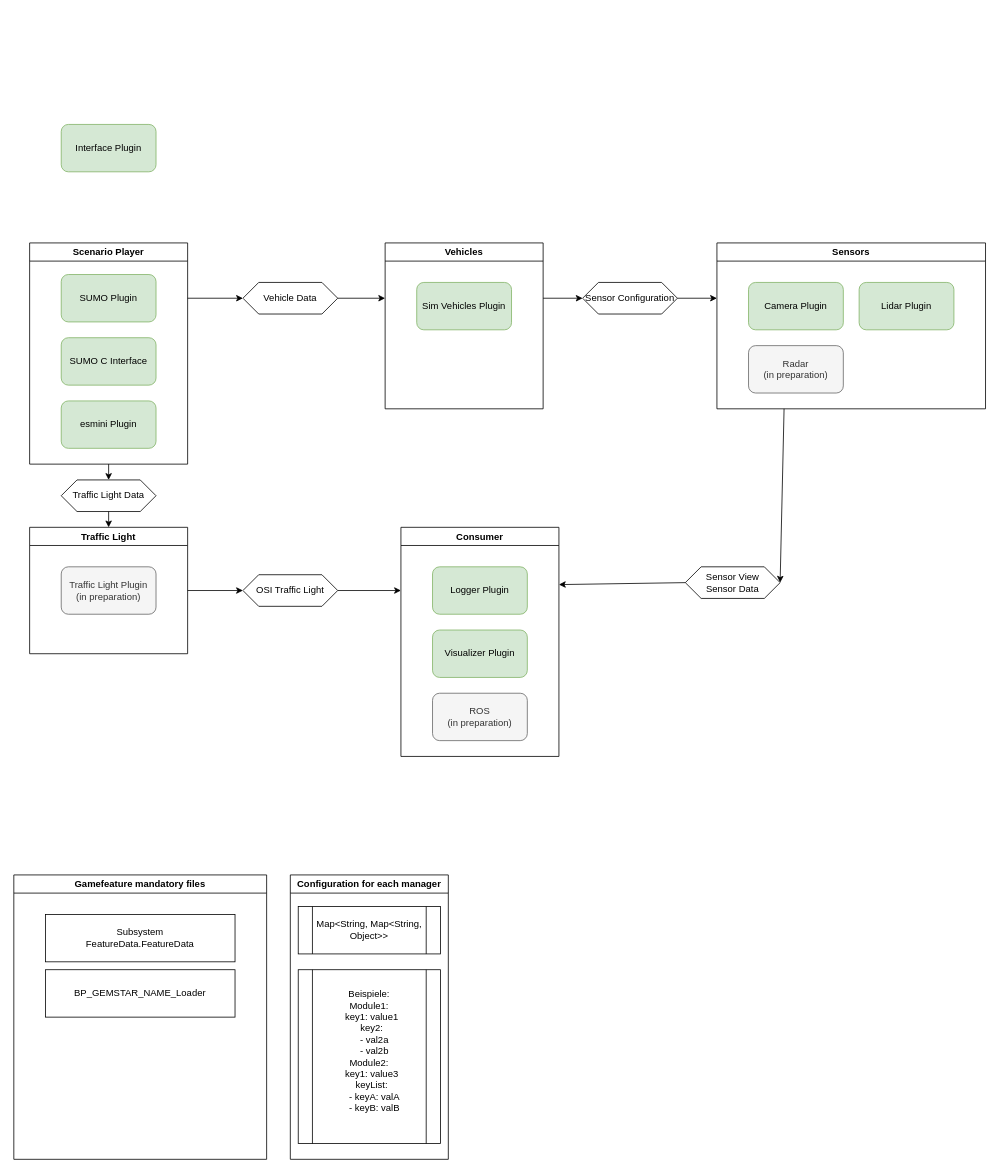
DLR-TS/gemstar keeps this draw.io diagram as GEMSTAR_Architecture.drawio. Above is the earlier version. Source tidied: cells renumbered, new cells numbered last; positions are measured from the earlier drawing's top-left corner, leaving out a move shared by most shapes. Both pictures are drawn from the tidied source at 79%, with x=0, y=0 at pixel (13, 124).
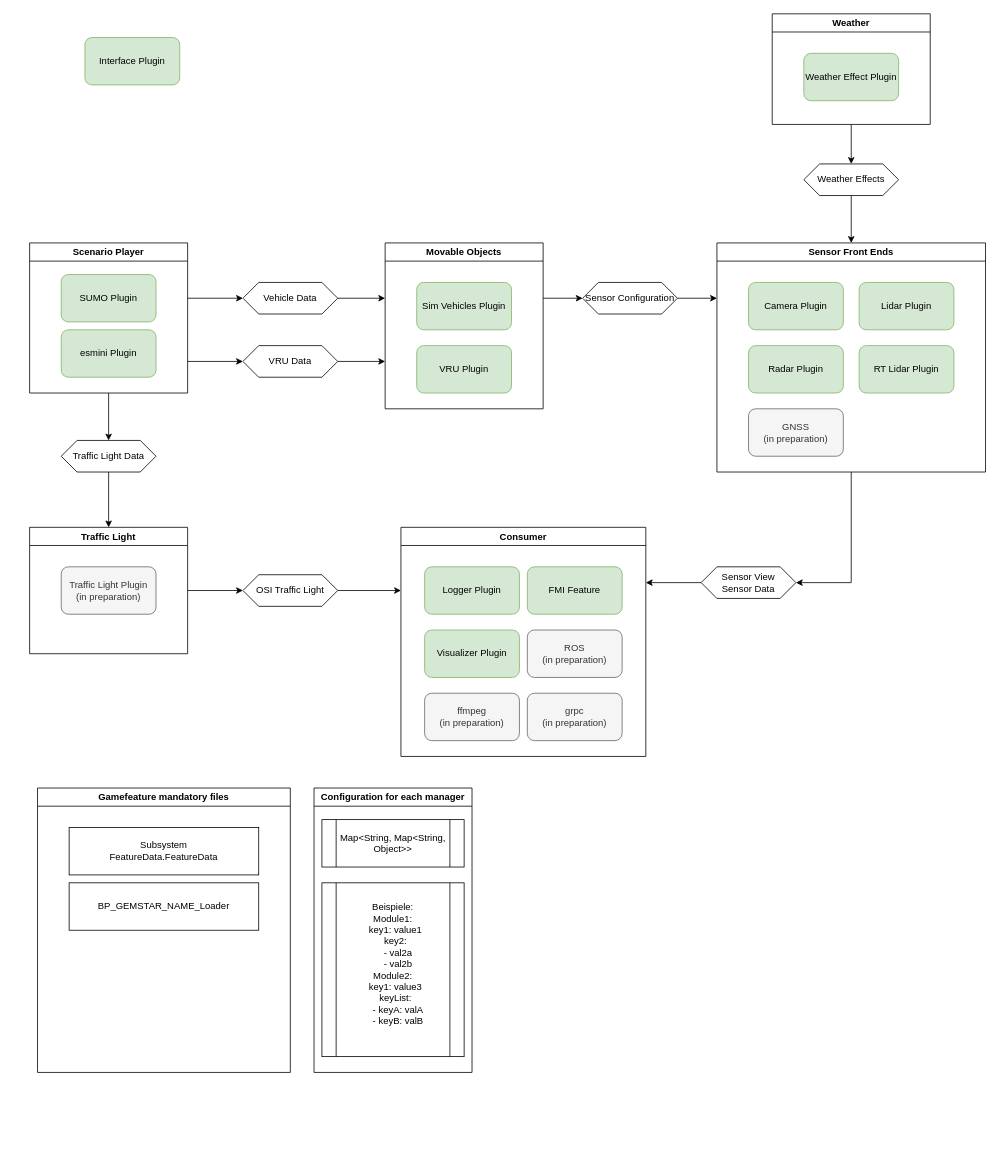
Above is the later version.

The change refers to these unchanged cells:
```xml
<mxCell id="6" value="Vehicle Data" style="shape=hexagon;perimeter=hexagonPerimeter2;whiteSpace=wrap;html=1;fixedSize=1;" parent="1" vertex="1">
  <mxGeometry x="290" y="200" width="120" height="40" as="geometry" />
</mxCell>
```

Change to the diagram source:
```diff
@@
     <mxCell id="2" value="Scenario Player" style="swimlane;whiteSpace=wrap;html=1;" parent="1" vertex="1">
-      <mxGeometry x="20" y="150" width="200" height="280" as="geometry" />
+      <mxGeometry x="20" y="150" width="200" height="190" as="geometry" />
     </mxCell>
@@
     <mxCell id="4" value="esmini Plugin" style="rounded=1;whiteSpace=wrap;html=1;fillColor=#d5e8d4;strokeColor=#82b366;" parent="2" vertex="1">
-      <mxGeometry x="40" y="200" width="120" height="60" as="geometry" />
+      <mxGeometry x="40" y="110" width="120" height="60" as="geometry" />
     </mxCell>
-    <mxCell id="5" value="SUMO C Interface" style="rounded=1;whiteSpace=wrap;html=1;fillColor=#d5e8d4;strokeColor=#82b366;" parent="2" vertex="1">
-      <mxGeometry x="40" y="120" width="120" height="60" as="geometry" />
-    </mxCell>
@@
-    <mxCell id="7" value="Vehicles" style="swimlane;whiteSpace=wrap;html=1;" parent="1" vertex="1">
+    <mxCell id="7" value="Movable Objects" style="swimlane;whiteSpace=wrap;html=1;" parent="1" vertex="1">
       <mxGeometry x="470" y="150" width="200" height="210" as="geometry" />
     </mxCell>
@@
+    <mxCell id="40" value="VRU Plugin" style="rounded=1;whiteSpace=wrap;html=1;fillColor=#d5e8d4;strokeColor=#82b366;" parent="7" vertex="1">
+      <mxGeometry x="40" y="130" width="120" height="60" as="geometry" />
+    </mxCell>
@@
     <mxCell id="11" value="Traffic Light Data" style="shape=hexagon;perimeter=hexagonPerimeter2;whiteSpace=wrap;html=1;fixedSize=1;" parent="1" vertex="1">
-      <mxGeometry x="60" y="450" width="120" height="40" as="geometry" />
+      <mxGeometry x="60" y="400" width="120" height="40" as="geometry" />
     </mxCell>
     <mxCell id="12" value="Interface Plugin" style="rounded=1;whiteSpace=wrap;html=1;fillColor=#d5e8d4;strokeColor=#82b366;" parent="1" vertex="1">
-      <mxGeometry x="60" width="120" height="60" as="geometry" />
+      <mxGeometry x="90" y="-110" width="120" height="60" as="geometry" />
     </mxCell>
-    <mxCell id="13" value="Sensors" style="swimlane;whiteSpace=wrap;html=1;" parent="1" vertex="1">
-      <mxGeometry x="890" y="150" width="340" height="210" as="geometry" />
+    <mxCell id="13" value="Sensor Front Ends" style="swimlane;whiteSpace=wrap;html=1;startSize=23;" parent="1" vertex="1">
+      <mxGeometry x="890" y="150" width="340" height="290" as="geometry" />
     </mxCell>
@@
-    <mxCell id="16" value="Radar&lt;div&gt;(in preparation)&lt;/div&gt;" style="rounded=1;whiteSpace=wrap;html=1;fillColor=#f5f5f5;strokeColor=#666666;fontColor=#333333;" parent="13" vertex="1">
+    <mxCell id="16" value="Radar Plugin" style="rounded=1;whiteSpace=wrap;html=1;fillColor=#d5e8d4;strokeColor=#82b366;" parent="13" vertex="1">
       <mxGeometry x="40" y="130" width="120" height="60" as="geometry" />
     </mxCell>
+    <mxCell id="41" value="RT Lidar Plugin" style="rounded=1;whiteSpace=wrap;html=1;fillColor=#d5e8d4;strokeColor=#82b366;" parent="13" vertex="1">
+      <mxGeometry x="180" y="130" width="120" height="60" as="geometry" />
+    </mxCell>
+    <mxCell id="42" value="GNSS&lt;br&gt;&lt;div&gt;(in preparation)&lt;/div&gt;" style="rounded=1;whiteSpace=wrap;html=1;fillColor=#f5f5f5;strokeColor=#666666;fontColor=#333333;" parent="13" vertex="1">
+      <mxGeometry x="40" y="210" width="120" height="60" as="geometry" />
+    </mxCell>
@@
     <mxCell id="18" value="&lt;div&gt;Sensor View&lt;/div&gt;Sensor Data" style="shape=hexagon;perimeter=hexagonPerimeter2;whiteSpace=wrap;html=1;fixedSize=1;" parent="1" vertex="1">
-      <mxGeometry x="850" y="560" width="120" height="40" as="geometry" />
+      <mxGeometry x="870" y="560" width="120" height="40" as="geometry" />
     </mxCell>
@@
-    <mxCell id="21" style="endArrow=classic;html=1;rounded=0;entryX=1;entryY=0.5;entryDx=0;entryDy=0;exitX=0.25;exitY=1;exitDx=0;exitDy=0;" parent="1" edge="1" source="13" target="18">
+    <mxCell id="21" style="endArrow=classic;html=1;rounded=0;entryX=1;entryY=0.5;entryDx=0;entryDy=0;exitX=0.5;exitY=1;exitDx=0;exitDy=0;edgeStyle=orthogonalEdgeStyle;" parent="1" edge="1" source="13" target="18">
       <mxGeometry relative="1" as="geometry" />
     </mxCell>
-    <mxCell id="22" style="endArrow=classic;html=1;rounded=0;exitX=0;exitY=0.5;exitDx=0;exitDy=0;entryX=1;entryY=0.25;entryDx=0;entryDy=0;" parent="1" edge="1" source="18" target="27">
-      <mxGeometry relative="1" as="geometry" />
+    <mxCell id="22" style="endArrow=classic;html=1;rounded=0;exitX=0;exitY=0.5;exitDx=0;exitDy=0;" parent="1" edge="1" source="18">
+      <mxGeometry relative="1" as="geometry">
+        <mxPoint x="800" y="580" as="targetPoint" />
+      </mxGeometry>
     </mxCell>
-    <mxCell id="23" style="endArrow=classic;html=1;rounded=0;entryX=0;entryY=0.5;entryDx=0;entryDy=0;exitX=1;exitY=0.25;exitDx=0;exitDy=0;" parent="1" edge="1" source="2" target="6">
-      <mxGeometry relative="1" as="geometry" />
+    <mxCell id="23" style="endArrow=classic;html=1;rounded=0;entryX=0;entryY=0.5;entryDx=0;entryDy=0;" parent="1" edge="1" target="6">
+      <mxGeometry relative="1" as="geometry">
+        <mxPoint x="220" y="220" as="sourcePoint" />
+      </mxGeometry>
     </mxCell>
@@
     <mxCell id="27" value="Consumer" style="swimlane;whiteSpace=wrap;html=1;startSize=23;" parent="1" vertex="1">
-      <mxGeometry x="490" y="510" width="200" height="290" as="geometry" />
+      <mxGeometry x="490" y="510" width="310" height="290" as="geometry" />
     </mxCell>
     <mxCell id="28" value="Logger Plugin" style="rounded=1;whiteSpace=wrap;html=1;fillColor=#d5e8d4;strokeColor=#82b366;" parent="27" vertex="1">
-      <mxGeometry x="40" y="50" width="120" height="60" as="geometry" />
+      <mxGeometry x="30" y="50" width="120" height="60" as="geometry" />
     </mxCell>
     <mxCell id="29" value="Visualizer Plugin" style="rounded=1;whiteSpace=wrap;html=1;fillColor=#d5e8d4;strokeColor=#82b366;" parent="27" vertex="1">
-      <mxGeometry x="40" y="130" width="120" height="60" as="geometry" />
+      <mxGeometry x="30" y="130" width="120" height="60" as="geometry" />
     </mxCell>
     <mxCell id="30" value="ROS&lt;div&gt;(in preparation)&lt;/div&gt;" style="rounded=1;whiteSpace=wrap;html=1;fillColor=#f5f5f5;strokeColor=#666666;fontColor=#333333;" parent="27" vertex="1">
-      <mxGeometry x="40" y="210" width="120" height="60" as="geometry" />
+      <mxGeometry x="160" y="130" width="120" height="60" as="geometry" />
     </mxCell>
+    <mxCell id="43" value="FMI Feature" style="rounded=1;whiteSpace=wrap;html=1;fillColor=#d5e8d4;strokeColor=#82b366;" parent="27" vertex="1">
+      <mxGeometry x="160" y="50" width="120" height="60" as="geometry" />
+    </mxCell>
+    <mxCell id="44" value="grpc&lt;br&gt;&lt;div&gt;(in preparation)&lt;/div&gt;" style="rounded=1;whiteSpace=wrap;html=1;fillColor=#f5f5f5;strokeColor=#666666;fontColor=#333333;" parent="27" vertex="1">
+      <mxGeometry x="160" y="210" width="120" height="60" as="geometry" />
+    </mxCell>
+    <mxCell id="45" value="ffmpeg&lt;br&gt;&lt;div&gt;(in preparation)&lt;/div&gt;" style="rounded=1;whiteSpace=wrap;html=1;fillColor=#f5f5f5;strokeColor=#666666;fontColor=#333333;" parent="27" vertex="1">
+      <mxGeometry x="30" y="210" width="120" height="60" as="geometry" />
+    </mxCell>
@@
     <mxCell id="34" value="Gamefeature mandatory files" style="swimlane;whiteSpace=wrap;html=1;startSize=23;" parent="1" vertex="1">
-      <mxGeometry y="950" width="320" height="360" as="geometry" />
+      <mxGeometry x="30" y="840" width="320" height="360" as="geometry" />
     </mxCell>
@@
     <mxCell id="37" value="Configuration for each manager" style="swimlane;whiteSpace=wrap;html=1;" parent="1" vertex="1">
-      <mxGeometry x="350" y="950" width="200" height="360" as="geometry" />
+      <mxGeometry x="380" y="840" width="200" height="360" as="geometry" />
     </mxCell>
@@
+    <mxCell id="46" value="VRU Data" style="shape=hexagon;perimeter=hexagonPerimeter2;whiteSpace=wrap;html=1;fixedSize=1;" parent="1" vertex="1">
+      <mxGeometry x="290" y="280" width="120" height="40" as="geometry" />
+    </mxCell>
+    <mxCell id="47" style="endArrow=classic;html=1;rounded=0;" parent="1" edge="1" target="46">
+      <mxGeometry relative="1" as="geometry">
+        <mxPoint x="220" y="300" as="sourcePoint" />
+      </mxGeometry>
+    </mxCell>
+    <mxCell id="48" style="endArrow=classic;html=1;rounded=0;exitX=1;exitY=0.5;exitDx=0;exitDy=0;" parent="1" edge="1" source="46">
+      <mxGeometry relative="1" as="geometry">
+        <mxPoint x="470" y="300" as="targetPoint" />
+      </mxGeometry>
+    </mxCell>
+    <mxCell id="49" value="Weather" style="swimlane;whiteSpace=wrap;html=1;startSize=23;" parent="1" vertex="1">
+      <mxGeometry x="960" y="-140" width="200" height="140" as="geometry" />
+    </mxCell>
+    <mxCell id="50" value="Weather Effect Plugin" style="rounded=1;whiteSpace=wrap;html=1;fillColor=#d5e8d4;strokeColor=#82b366;" parent="49" vertex="1">
+      <mxGeometry x="40" y="50" width="120" height="60" as="geometry" />
+    </mxCell>
+    <mxCell id="51" value="Weather Effects" style="shape=hexagon;perimeter=hexagonPerimeter2;whiteSpace=wrap;html=1;fixedSize=1;" parent="1" vertex="1">
+      <mxGeometry x="1000" y="50" width="120" height="40" as="geometry" />
+    </mxCell>
+    <mxCell id="52" style="edgeStyle=orthogonalEdgeStyle;rounded=0;jettySize=auto;html=1;exitX=0.5;exitY=1;exitDx=0;exitDy=0;" parent="1" edge="1" source="51" target="13">
+      <mxGeometry relative="1" as="geometry" />
+    </mxCell>
+    <mxCell id="53" style="edgeStyle=orthogonalEdgeStyle;rounded=0;jettySize=auto;html=1;exitX=0.5;exitY=1;exitDx=0;exitDy=0;" parent="1" edge="1" source="49" target="51">
+      <mxGeometry relative="1" as="geometry" />
+    </mxCell>
```
